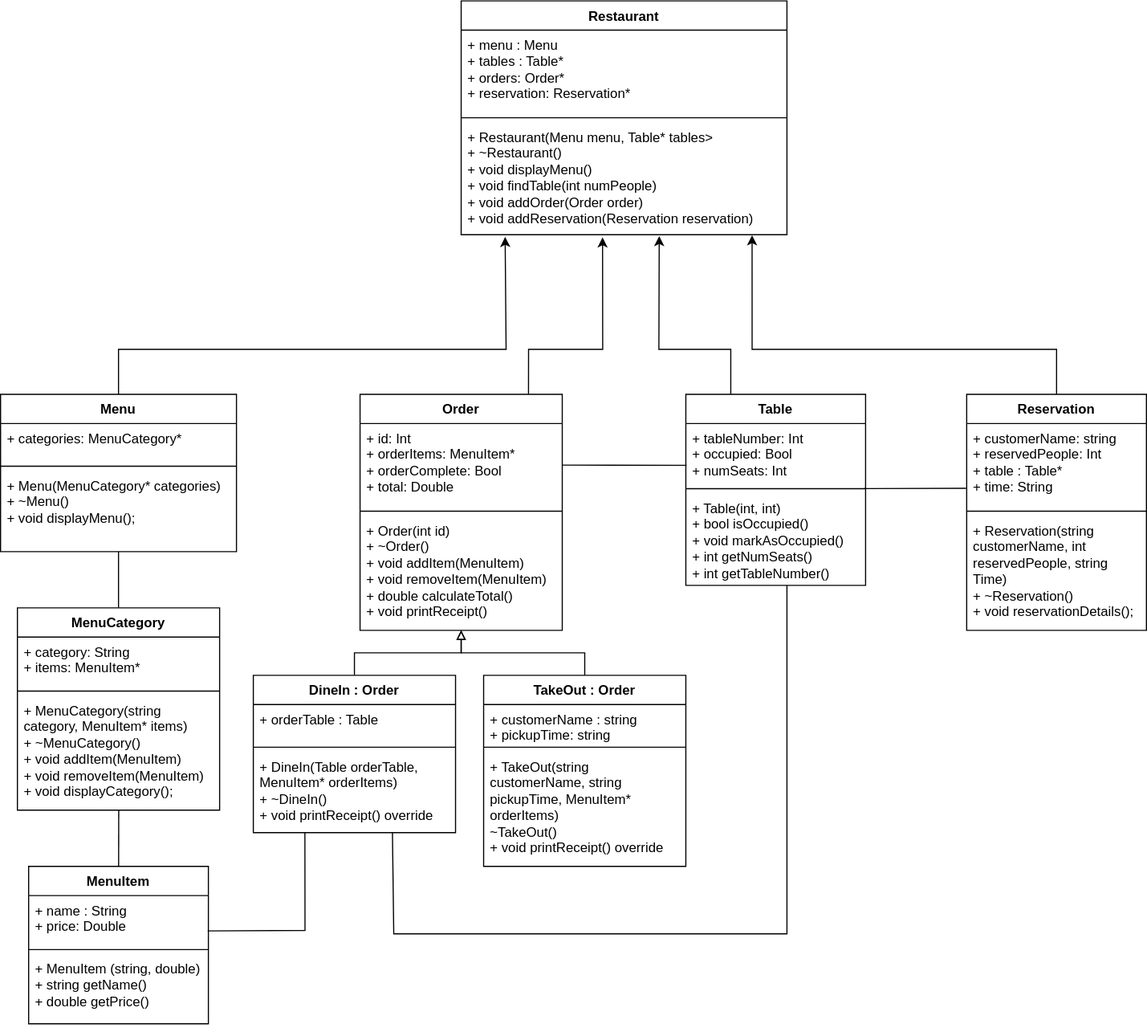
The draw.io diagram classDiagram.drawio.svg in mrkpkngn/restaurantOOP, before a commit. Source tidied: cells renumbered, new cells last; positions are measured from the earlier drawing's top-left corner, leaving out a move shared by most shapes.
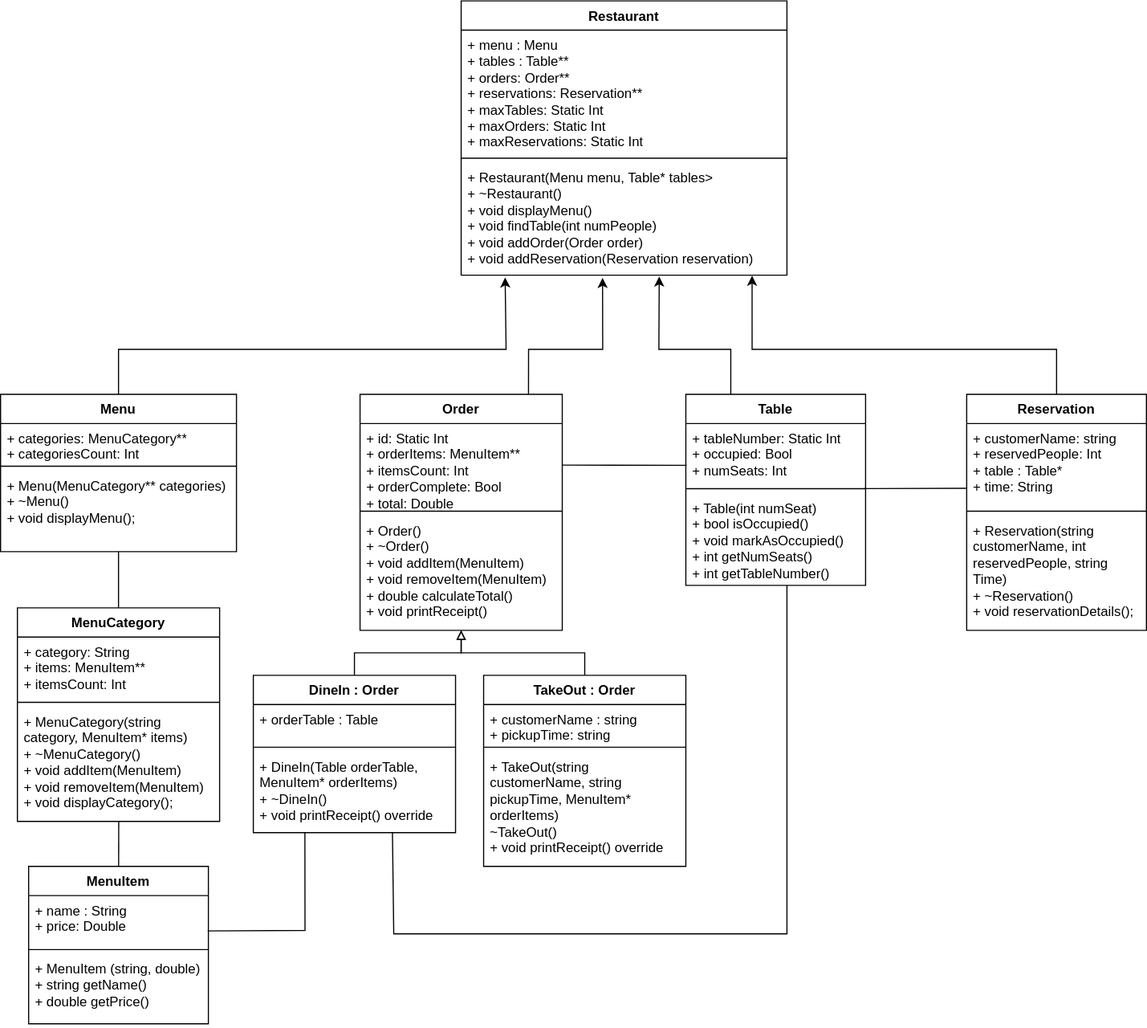
The same diagram one commit later.

What changed in the source:
```diff
@@ -17,25 +17,25 @@
     <mxCell id="6" value="Table" style="swimlane;fontStyle=1;align=center;verticalAlign=top;horizontal=1;startSize=26;whiteSpace=wrap;html=1;" parent="1" vertex="1">
       <mxGeometry x="610" y="350" width="160" height="170" as="geometry" />
     </mxCell>
-    <mxCell id="7" value="+ tableNumber: Int&lt;div&gt;+ occupied: Bool&lt;/div&gt;&lt;div&gt;+ numSeats: Int&lt;/div&gt;" style="text;strokeColor=none;fillColor=none;align=left;verticalAlign=top;spacingLeft=4;spacingRight=4;overflow=hidden;points=[[0,0.5],[1,0.5]];portConstraint=eastwest;whiteSpace=wrap;html=1;" parent="6" vertex="1">
+    <mxCell id="7" value="+ tableNumber: Static Int&lt;div&gt;+ occupied: Bool&lt;/div&gt;&lt;div&gt;+ numSeats: Int&lt;/div&gt;" style="text;strokeColor=none;fillColor=none;align=left;verticalAlign=top;spacingLeft=4;spacingRight=4;overflow=hidden;points=[[0,0.5],[1,0.5]];portConstraint=eastwest;whiteSpace=wrap;html=1;" parent="6" vertex="1">
       <mxGeometry y="26" width="160" height="54" as="geometry" />
     </mxCell>
     <mxCell id="8" style="line;strokeWidth=1;fillColor=none;align=left;verticalAlign=middle;spacingTop=-1;spacingLeft=3;spacingRight=3;labelPosition=right;points=[];portConstraint=eastwest;strokeColor=inherit;" parent="6" vertex="1">
       <mxGeometry y="80" width="160" height="8" as="geometry" />
     </mxCell>
-    <mxCell id="9" value="+ Table(int, int)&lt;div&gt;+ bool isOccupied()&lt;/div&gt;&lt;div&gt;+ void markAsOccupied()&lt;/div&gt;&lt;div&gt;+ int getNumSeats()&lt;/div&gt;&lt;div&gt;+ int getTableNumber()&lt;/div&gt;" style="text;strokeColor=none;fillColor=none;align=left;verticalAlign=top;spacingLeft=4;spacingRight=4;overflow=hidden;whiteSpace=wrap;html=1;" parent="6" vertex="1">
+    <mxCell id="9" value="+ Table(int numSeat)&lt;div&gt;+ bool isOccupied()&lt;/div&gt;&lt;div&gt;+ void markAsOccupied()&lt;/div&gt;&lt;div&gt;+ int getNumSeats()&lt;/div&gt;&lt;div&gt;+ int getTableNumber()&lt;/div&gt;" style="text;strokeColor=none;fillColor=none;align=left;verticalAlign=top;spacingLeft=4;spacingRight=4;overflow=hidden;whiteSpace=wrap;html=1;" parent="6" vertex="1">
       <mxGeometry y="88" width="160" height="82" as="geometry" />
     </mxCell>
     <mxCell id="10" value="Order" style="swimlane;fontStyle=1;align=center;verticalAlign=top;horizontal=1;startSize=26;whiteSpace=wrap;html=1;" parent="1" vertex="1">
       <mxGeometry x="320" y="350" width="180" height="210" as="geometry" />
     </mxCell>
-    <mxCell id="11" value="+ id: Int&lt;div&gt;+ orderItems: MenuItem*&lt;/div&gt;&lt;div&gt;&lt;span style=&quot;background-color: transparent;&quot;&gt;+ orderComplete: Bool&lt;/span&gt;&lt;/div&gt;&lt;div&gt;+ total: Double&lt;/div&gt;" style="text;strokeColor=none;fillColor=none;align=left;verticalAlign=top;spacingLeft=4;spacingRight=4;overflow=hidden;points=[[0,0.5],[1,0.5]];portConstraint=eastwest;whiteSpace=wrap;html=1;" parent="10" vertex="1">
+    <mxCell id="11" value="+ id: Static Int&lt;div&gt;+ orderItems: MenuItem**&lt;/div&gt;&lt;div&gt;+ itemsCount: Int&lt;/div&gt;&lt;div&gt;&lt;span style=&quot;background-color: transparent;&quot;&gt;+ orderComplete: Bool&lt;/span&gt;&lt;/div&gt;&lt;div&gt;+ total: Double&lt;/div&gt;" style="text;strokeColor=none;fillColor=none;align=left;verticalAlign=top;spacingLeft=4;spacingRight=4;overflow=hidden;points=[[0,0.5],[1,0.5]];portConstraint=eastwest;whiteSpace=wrap;html=1;" parent="10" vertex="1">
       <mxGeometry y="26" width="180" height="74" as="geometry" />
     </mxCell>
     <mxCell id="12" style="line;strokeWidth=1;fillColor=none;align=left;verticalAlign=middle;spacingTop=-1;spacingLeft=3;spacingRight=3;labelPosition=right;strokeColor=inherit;" parent="10" vertex="1">
       <mxGeometry y="100" width="180" height="8" as="geometry" />
     </mxCell>
-    <mxCell id="13" value="+ Order(int id)&lt;div&gt;&lt;font color=&quot;#000000&quot;&gt;+ ~Order()&lt;br&gt;&lt;/font&gt;&lt;div&gt;+ void addItem(MenuItem)&lt;/div&gt;&lt;div&gt;+ void removeItem(MenuItem)&lt;/div&gt;&lt;div&gt;+ double calculateTotal()&lt;/div&gt;&lt;div&gt;+ void printReceipt()&lt;/div&gt;&lt;div&gt;&lt;br&gt;&lt;/div&gt;&lt;/div&gt;" style="text;strokeColor=none;fillColor=none;align=left;verticalAlign=top;spacingLeft=4;spacingRight=4;overflow=hidden;whiteSpace=wrap;html=1;" parent="10" vertex="1">
+    <mxCell id="13" value="+ Order()&lt;div&gt;&lt;font color=&quot;#000000&quot;&gt;+ ~Order()&lt;br&gt;&lt;/font&gt;&lt;div&gt;+ void addItem(MenuItem)&lt;/div&gt;&lt;div&gt;+ void removeItem(MenuItem)&lt;/div&gt;&lt;div&gt;+ double calculateTotal()&lt;/div&gt;&lt;div&gt;+ void printReceipt()&lt;/div&gt;&lt;div&gt;&lt;br&gt;&lt;/div&gt;&lt;/div&gt;" style="text;strokeColor=none;fillColor=none;align=left;verticalAlign=top;spacingLeft=4;spacingRight=4;overflow=hidden;whiteSpace=wrap;html=1;" parent="10" vertex="1">
       <mxGeometry y="108" width="180" height="102" as="geometry" />
     </mxCell>
     <mxCell id="14" value="DineIn : Order" style="swimlane;fontStyle=1;align=center;verticalAlign=top;horizontal=1;startSize=26;whiteSpace=wrap;html=1;" parent="1" vertex="1">
@@ -66,16 +66,16 @@
       <mxGeometry relative="1" as="geometry" />
     </mxCell>
     <mxCell id="23" value="MenuCategory" style="swimlane;fontStyle=1;align=center;verticalAlign=top;horizontal=1;startSize=26;whiteSpace=wrap;html=1;" parent="1" vertex="1">
-      <mxGeometry x="15" y="540" width="180" height="180" as="geometry" />
+      <mxGeometry x="15" y="540" width="180" height="190" as="geometry" />
     </mxCell>
-    <mxCell id="24" value="+ category: String&lt;div&gt;+ items: MenuItem*&lt;/div&gt;" style="text;strokeColor=none;fillColor=none;align=left;verticalAlign=top;spacingLeft=4;spacingRight=4;overflow=hidden;whiteSpace=wrap;html=1;" parent="23" vertex="1">
-      <mxGeometry y="26" width="180" height="44" as="geometry" />
+    <mxCell id="24" value="+ category: String&lt;div&gt;+ items: MenuItem**&lt;/div&gt;&lt;div&gt;+ itemsCount: Int&lt;/div&gt;" style="text;strokeColor=none;fillColor=none;align=left;verticalAlign=top;spacingLeft=4;spacingRight=4;overflow=hidden;whiteSpace=wrap;html=1;" parent="23" vertex="1">
+      <mxGeometry y="26" width="180" height="54" as="geometry" />
     </mxCell>
     <mxCell id="25" style="line;strokeWidth=1;fillColor=none;align=left;verticalAlign=middle;spacingTop=-1;spacingLeft=3;spacingRight=3;labelPosition=right;strokeColor=inherit;" parent="23" vertex="1">
-      <mxGeometry y="70" width="180" height="8" as="geometry" />
+      <mxGeometry y="80" width="180" height="8" as="geometry" />
     </mxCell>
     <mxCell id="26" value="+ MenuCategory(string category, MenuItem* items)&lt;div&gt;&lt;font color=&quot;#000000&quot;&gt;+ ~MenuCategory()&lt;br&gt;&lt;/font&gt;&lt;div&gt;+ void addItem(MenuItem)&lt;/div&gt;&lt;div&gt;+ void removeItem(MenuItem)&lt;/div&gt;&lt;div&gt;+ void displayCategory();&lt;/div&gt;&lt;div&gt;&lt;br&gt;&lt;/div&gt;&lt;/div&gt;" style="text;strokeColor=none;fillColor=none;align=left;verticalAlign=top;spacingLeft=4;spacingRight=4;overflow=hidden;points=[[0,0.5],[1,0.5]];portConstraint=eastwest;whiteSpace=wrap;html=1;" parent="23" vertex="1">
-      <mxGeometry y="78" width="180" height="102" as="geometry" />
+      <mxGeometry y="88" width="180" height="102" as="geometry" />
     </mxCell>
     <mxCell id="27" style="edgeStyle=none;html=1;exitX=0.5;exitY=0;exitDx=0;exitDy=0;entryX=0.135;entryY=1.02;entryDx=0;entryDy=0;entryPerimeter=0;rounded=0;curved=0;" parent="1" edge="1" source="28" target="39">
       <mxGeometry relative="1" as="geometry">
@@ -88,13 +88,13 @@
     <mxCell id="28" value="Menu" style="swimlane;fontStyle=1;align=center;verticalAlign=top;horizontal=1;startSize=26;whiteSpace=wrap;html=1;" parent="1" vertex="1">
       <mxGeometry y="350" width="210" height="140" as="geometry" />
     </mxCell>
-    <mxCell id="29" value="&lt;div&gt;+ categories: MenuCategory*&lt;/div&gt;" style="text;strokeColor=none;fillColor=none;align=left;verticalAlign=top;spacingLeft=4;spacingRight=4;overflow=hidden;whiteSpace=wrap;html=1;" parent="28" vertex="1">
+    <mxCell id="29" value="&lt;div&gt;+ categories: MenuCategory**&lt;/div&gt;&lt;div&gt;+ categoriesCount: Int&lt;/div&gt;" style="text;strokeColor=none;fillColor=none;align=left;verticalAlign=top;spacingLeft=4;spacingRight=4;overflow=hidden;whiteSpace=wrap;html=1;" parent="28" vertex="1">
       <mxGeometry y="26" width="210" height="34" as="geometry" />
     </mxCell>
     <mxCell id="30" style="line;strokeWidth=1;fillColor=none;align=left;verticalAlign=middle;spacingTop=-1;spacingLeft=3;spacingRight=3;labelPosition=right;strokeColor=inherit;" parent="28" vertex="1">
       <mxGeometry y="60" width="210" height="8" as="geometry" />
     </mxCell>
-    <mxCell id="31" value="+ Menu(MenuCategory* categories)&lt;div&gt;&lt;font color=&quot;#000000&quot;&gt;+ ~Menu()&lt;br&gt;&lt;/font&gt;&lt;div&gt;+ void displayMenu();&lt;/div&gt;&lt;div&gt;&lt;br&gt;&lt;/div&gt;&lt;/div&gt;" style="text;strokeColor=none;fillColor=none;align=left;verticalAlign=top;spacingLeft=4;spacingRight=4;overflow=hidden;points=[[0,0.5],[1,0.5]];portConstraint=eastwest;whiteSpace=wrap;html=1;" parent="28" vertex="1">
+    <mxCell id="31" value="+ Menu(MenuCategory** categories)&lt;div&gt;&lt;font color=&quot;#000000&quot;&gt;+ ~Menu()&lt;br&gt;&lt;/font&gt;&lt;div&gt;+ void displayMenu();&lt;/div&gt;&lt;div&gt;&lt;br&gt;&lt;/div&gt;&lt;/div&gt;" style="text;strokeColor=none;fillColor=none;align=left;verticalAlign=top;spacingLeft=4;spacingRight=4;overflow=hidden;points=[[0,0.5],[1,0.5]];portConstraint=eastwest;whiteSpace=wrap;html=1;" parent="28" vertex="1">
       <mxGeometry y="68" width="210" height="72" as="geometry" />
     </mxCell>
     <mxCell id="32" value="Reservation" style="swimlane;fontStyle=1;align=center;verticalAlign=top;horizontal=1;startSize=26;whiteSpace=wrap;html=1;" parent="1" vertex="1">
@@ -110,16 +110,16 @@
       <mxGeometry y="108" width="160" height="102" as="geometry" />
     </mxCell>
     <mxCell id="36" value="Restaurant" style="swimlane;fontStyle=1;align=center;verticalAlign=top;horizontal=1;startSize=26;whiteSpace=wrap;html=1;" parent="1" vertex="1">
-      <mxGeometry x="410" width="290" height="208" as="geometry" />
+      <mxGeometry x="410" width="290" height="244" as="geometry" />
     </mxCell>
-    <mxCell id="37" value="&lt;div&gt;+ menu : Menu&lt;/div&gt;&lt;div&gt;+ tables : Table*&lt;span style=&quot;background-color: transparent;&quot;&gt;&amp;nbsp;&lt;/span&gt;&lt;/div&gt;&lt;div&gt;&lt;span style=&quot;background-color: transparent;&quot;&gt;+ orders: Order*&lt;/span&gt;&lt;/div&gt;&lt;div&gt;+ reservation: Reservation*&lt;/div&gt;" style="text;strokeColor=none;fillColor=none;align=left;verticalAlign=top;spacingLeft=4;spacingRight=4;overflow=hidden;whiteSpace=wrap;html=1;" parent="36" vertex="1">
-      <mxGeometry y="26" width="290" height="74" as="geometry" />
+    <mxCell id="37" value="&lt;div&gt;+ menu : Menu&lt;/div&gt;&lt;div&gt;+ tables : Table**&lt;/div&gt;&lt;div&gt;&lt;span style=&quot;background-color: transparent;&quot;&gt;+ orders: Order**&lt;/span&gt;&lt;/div&gt;&lt;div&gt;+ reservations: Reservation**&lt;br&gt;+ maxTables: Static Int&lt;/div&gt;&lt;div&gt;+ maxOrders: Static Int&lt;/div&gt;&lt;div&gt;+ maxReservations: Static Int&lt;/div&gt;" style="text;strokeColor=none;fillColor=none;align=left;verticalAlign=top;spacingLeft=4;spacingRight=4;overflow=hidden;whiteSpace=wrap;html=1;" parent="36" vertex="1">
+      <mxGeometry y="26" width="290" height="110" as="geometry" />
     </mxCell>
     <mxCell id="38" style="line;strokeWidth=1;fillColor=none;align=left;verticalAlign=middle;spacingTop=-1;spacingLeft=3;spacingRight=3;labelPosition=right;strokeColor=inherit;" parent="36" vertex="1">
-      <mxGeometry y="100" width="290" height="8" as="geometry" />
+      <mxGeometry y="136" width="290" height="8" as="geometry" />
     </mxCell>
     <mxCell id="39" value="+ Restaurant(Menu menu, Table* tables&amp;gt;&lt;div&gt;&lt;font color=&quot;#000000&quot;&gt;+ ~Restaurant()&lt;br&gt;&lt;/font&gt;&lt;div&gt;+ void displayMenu()&lt;/div&gt;&lt;div&gt;+ void findTable(int numPeople)&lt;/div&gt;&lt;div&gt;+ void addOrder(Order order)&lt;/div&gt;&lt;div&gt;+ void addReservation(Reservation reservation)&lt;/div&gt;&lt;/div&gt;" style="text;strokeColor=none;fillColor=none;align=left;verticalAlign=top;spacingLeft=4;spacingRight=4;overflow=hidden;points=[[0,0.5],[1,0.5]];portConstraint=eastwest;whiteSpace=wrap;html=1;" parent="36" vertex="1">
-      <mxGeometry y="108" width="290" height="100" as="geometry" />
+      <mxGeometry y="144" width="290" height="100" as="geometry" />
     </mxCell>
     <mxCell id="40" style="edgeStyle=none;html=1;entryX=0.501;entryY=0.997;entryDx=0;entryDy=0;entryPerimeter=0;endArrow=none;endFill=0;" parent="1" edge="1" source="2" target="26">
       <mxGeometry relative="1" as="geometry" />
```
